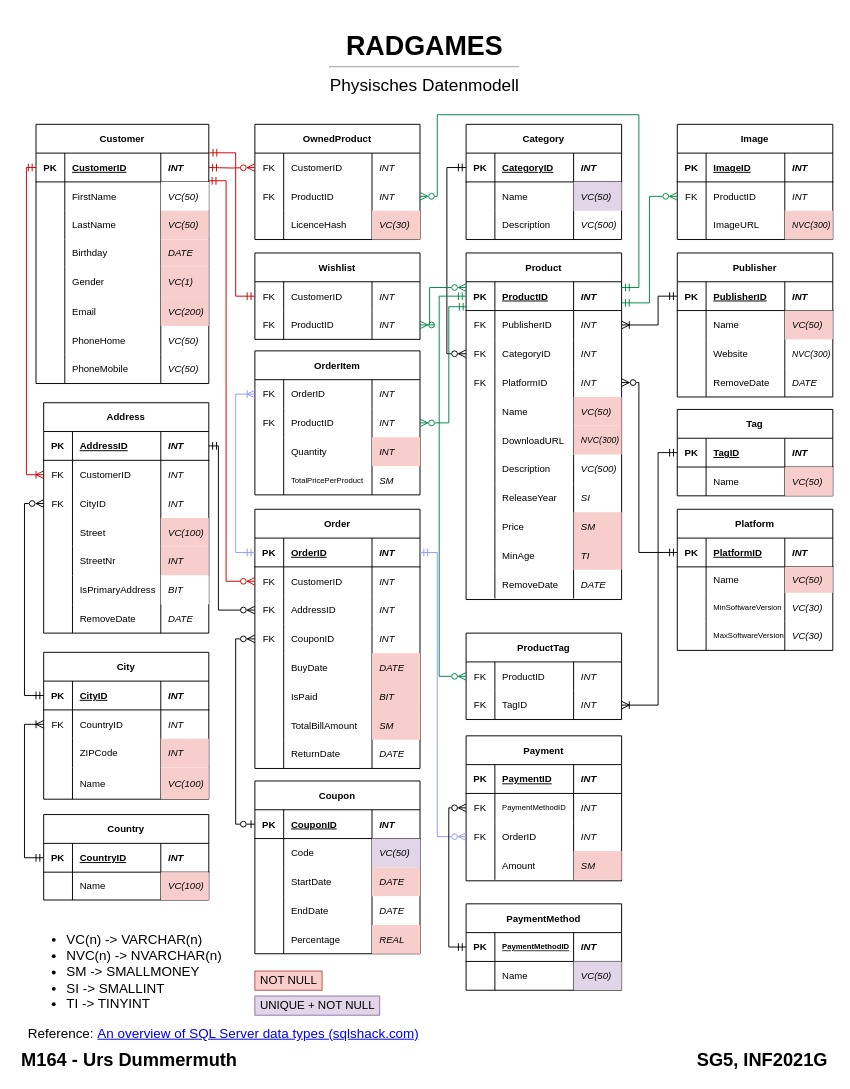
This is page "Physisch" (3 of 3) of Konzepte/Datenmodell.drawio from TD99/gibb-m164, a draw.io file, before an edit. Source tidied: cells renumbered, new cells numbered last; positions are measured from the earlier drawing's top-left corner, leaving out a move shared by most shapes. Both pictures are drawn from the tidied source at 96%, with x=0, y=0 at pixel (16, 26).
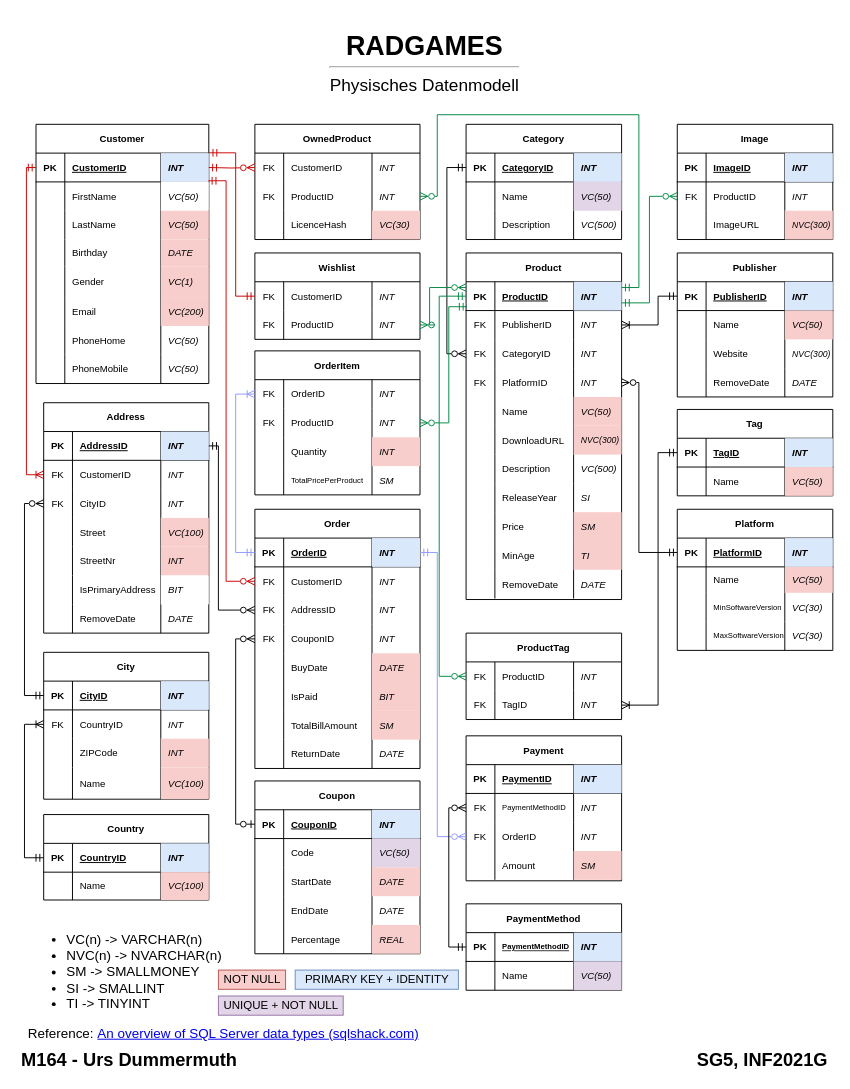
Above is the later version.

The change refers to these unchanged cells:
```xml
<mxCell id="6" style="shape=tableRow;horizontal=0;startSize=0;swimlaneHead=0;swimlaneBody=0;fillColor=none;points=[[0,0.5],[1,0.5]];portConstraint=eastwest;top=0;left=0;right=0;bottom=1;" parent="5" vertex="1">
  <mxGeometry y="30" width="180" height="30" as="geometry" />
</mxCell>
<mxCell id="40" style="shape=tableRow;horizontal=0;startSize=0;swimlaneHead=0;swimlaneBody=0;fillColor=none;points=[[0,0.5],[1,0.5]];portConstraint=eastwest;top=0;left=0;right=0;bottom=1;fontSize=10;" parent="39" vertex="1">
  <mxGeometry y="30" width="172" height="30" as="geometry" />
</mxCell>
<mxCell id="70" style="shape=tableRow;horizontal=0;startSize=0;swimlaneHead=0;swimlaneBody=0;fillColor=none;points=[[0,0.5],[1,0.5]];portConstraint=eastwest;top=0;left=0;right=0;bottom=1;fontSize=10;" parent="69" vertex="1">
  <mxGeometry y="30" width="172" height="30" as="geometry" />
</mxCell>
<mxCell id="120" style="shape=tableRow;horizontal=0;startSize=0;swimlaneHead=0;swimlaneBody=0;fillColor=none;points=[[0,0.5],[1,0.5]];portConstraint=eastwest;top=0;left=0;right=0;bottom=1;fontSize=10;" parent="119" vertex="1">
  <mxGeometry y="30" width="172" height="30" as="geometry" />
</mxCell>
<mxCell id="156" style="shape=tableRow;horizontal=0;startSize=0;swimlaneHead=0;swimlaneBody=0;fillColor=none;points=[[0,0.5],[1,0.5]];portConstraint=eastwest;top=0;left=0;right=0;bottom=1;fontSize=10;" parent="155" vertex="1">
  <mxGeometry y="30" width="172" height="30" as="geometry" />
</mxCell>
<mxCell id="178" style="shape=tableRow;horizontal=0;startSize=0;swimlaneHead=0;swimlaneBody=0;fillColor=none;points=[[0,0.5],[1,0.5]];portConstraint=eastwest;top=0;left=0;right=0;bottom=1;fontSize=10;" parent="177" vertex="1">
  <mxGeometry y="30" width="162" height="30" as="geometry" />
</mxCell>
<mxCell id="191" style="shape=tableRow;horizontal=0;startSize=0;swimlaneHead=0;swimlaneBody=0;fillColor=none;points=[[0,0.5],[1,0.5]];portConstraint=eastwest;top=0;left=0;right=0;bottom=1;fontSize=10;" parent="190" vertex="1">
  <mxGeometry y="30" width="162" height="30" as="geometry" />
</mxCell>
<mxCell id="247" style="shape=tableRow;horizontal=0;startSize=0;swimlaneHead=0;swimlaneBody=0;fillColor=none;points=[[0,0.5],[1,0.5]];portConstraint=eastwest;top=0;left=0;right=0;bottom=1;fontSize=10;" parent="246" vertex="1">
  <mxGeometry y="30" width="172" height="30" as="geometry" />
</mxCell>
<mxCell id="265" style="shape=tableRow;horizontal=0;startSize=0;swimlaneHead=0;swimlaneBody=0;fillColor=none;top=0;left=0;right=0;bottom=1;fontSize=10;" parent="264" vertex="1">
  <mxGeometry y="30" width="162" height="30" as="geometry" />
</mxCell>
<mxCell id="282" style="shape=tableRow;horizontal=0;startSize=0;swimlaneHead=0;swimlaneBody=0;fillColor=none;points=[[0,0.5],[1,0.5]];portConstraint=eastwest;top=0;left=0;right=0;bottom=1;fontSize=10;" parent="281" vertex="1">
  <mxGeometry y="30" width="162" height="30" as="geometry" />
</mxCell>
<mxCell id="296" style="shape=tableRow;horizontal=0;startSize=0;swimlaneHead=0;swimlaneBody=0;fillColor=none;top=0;left=0;right=0;bottom=1;fontSize=10;" parent="295" vertex="1">
  <mxGeometry y="30" width="162" height="30" as="geometry" />
</mxCell>
<mxCell id="310" style="shape=tableRow;horizontal=0;startSize=0;swimlaneHead=0;swimlaneBody=0;fillColor=none;points=[[0,0.5],[1,0.5]];portConstraint=eastwest;top=0;left=0;right=0;bottom=1;fontSize=10;" parent="309" vertex="1">
  <mxGeometry y="30" width="162" height="30" as="geometry" />
</mxCell>
<mxCell id="328" style="shape=tableRow;horizontal=0;startSize=0;swimlaneHead=0;swimlaneBody=0;fillColor=none;points=[[0,0.5],[1,0.5]];portConstraint=eastwest;top=0;left=0;right=0;bottom=1;fontSize=10;" parent="327" vertex="1">
  <mxGeometry y="30" width="162" height="30" as="geometry" />
</mxCell>
<mxCell id="337" style="shape=tableRow;horizontal=0;startSize=0;swimlaneHead=0;swimlaneBody=0;fillColor=none;points=[[0,0.5],[1,0.5]];portConstraint=eastwest;top=0;left=0;right=0;bottom=1;fontSize=10;" parent="336" vertex="1">
  <mxGeometry y="30" width="162" height="30" as="geometry" />
</mxCell>
```

Change to the diagram source:
```diff
@@
-    <mxCell id="9" value="INT" style="shape=partialRectangle;fillColor=none;top=0;left=0;bottom=0;right=0;align=left;spacingLeft=6;fontStyle=3;overflow=hidden;fontSize=10;spacing=2;" parent="6" vertex="1">
+    <mxCell id="9" value="INT" style="shape=partialRectangle;fillColor=#dae8fc;top=0;left=0;bottom=0;right=0;align=left;spacingLeft=6;fontStyle=3;overflow=hidden;fontSize=10;spacing=2;strokeColor=#6c8ebf;" parent="6" vertex="1">
       <mxGeometry x="130" width="50" height="30" as="geometry" />
     </mxCell>
@@
-    <mxCell id="43" value="INT" style="shape=partialRectangle;fillColor=none;top=0;left=0;bottom=0;right=0;align=left;spacingLeft=6;fontStyle=3;overflow=hidden;fontSize=10;" parent="40" vertex="1">
+    <mxCell id="43" value="INT" style="shape=partialRectangle;fillColor=#dae8fc;top=0;left=0;bottom=0;right=0;align=left;spacingLeft=6;fontStyle=3;overflow=hidden;fontSize=10;strokeColor=#6c8ebf;" parent="40" vertex="1">
       <mxGeometry x="122" width="50" height="30" as="geometry" />
     </mxCell>
@@
-    <mxCell id="73" value="INT" style="shape=partialRectangle;fillColor=none;top=0;left=0;bottom=0;right=0;align=left;spacingLeft=6;fontStyle=3;overflow=hidden;fontSize=10;" parent="70" vertex="1">
+    <mxCell id="73" value="INT" style="shape=partialRectangle;fillColor=#dae8fc;top=0;left=0;bottom=0;right=0;align=left;spacingLeft=6;fontStyle=3;overflow=hidden;fontSize=10;strokeColor=#6c8ebf;" parent="70" vertex="1">
       <mxGeometry x="122" width="50" height="30" as="geometry" />
     </mxCell>
@@
-    <mxCell id="123" value="INT" style="shape=partialRectangle;fillColor=none;top=0;left=0;bottom=0;right=0;align=left;spacingLeft=6;fontStyle=3;overflow=hidden;fontSize=10;" parent="120" vertex="1">
+    <mxCell id="123" value="INT" style="shape=partialRectangle;fillColor=#dae8fc;top=0;left=0;bottom=0;right=0;align=left;spacingLeft=6;fontStyle=3;overflow=hidden;fontSize=10;strokeColor=#6c8ebf;" parent="120" vertex="1">
       <mxGeometry x="122" width="50" height="30" as="geometry" />
     </mxCell>
@@
-    <mxCell id="159" value="INT" style="shape=partialRectangle;fillColor=none;top=0;left=0;bottom=0;right=0;align=left;spacingLeft=6;fontStyle=3;overflow=hidden;fontSize=10;" parent="156" vertex="1">
+    <mxCell id="159" value="INT" style="shape=partialRectangle;fillColor=#dae8fc;top=0;left=0;bottom=0;right=0;align=left;spacingLeft=6;fontStyle=3;overflow=hidden;fontSize=10;strokeColor=#6c8ebf;" parent="156" vertex="1">
       <mxGeometry x="122" width="50" height="30" as="geometry" />
     </mxCell>
@@
-    <mxCell id="181" value="INT" style="shape=partialRectangle;fillColor=none;top=0;left=0;bottom=0;right=0;align=left;spacingLeft=6;fontStyle=3;overflow=hidden;fontSize=10;" parent="178" vertex="1">
+    <mxCell id="181" value="INT" style="shape=partialRectangle;fillColor=#dae8fc;top=0;left=0;bottom=0;right=0;align=left;spacingLeft=6;fontStyle=3;overflow=hidden;fontSize=10;strokeColor=#6c8ebf;" parent="178" vertex="1">
       <mxGeometry x="112" width="50" height="30" as="geometry" />
     </mxCell>
@@
-    <mxCell id="194" value="INT" style="shape=partialRectangle;fillColor=none;top=0;left=0;bottom=0;right=0;align=left;spacingLeft=6;fontStyle=3;overflow=hidden;fontSize=10;" parent="191" vertex="1">
+    <mxCell id="194" value="INT" style="shape=partialRectangle;fillColor=#dae8fc;top=0;left=0;bottom=0;right=0;align=left;spacingLeft=6;fontStyle=3;overflow=hidden;fontSize=10;strokeColor=#6c8ebf;" parent="191" vertex="1">
       <mxGeometry x="112" width="50" height="30" as="geometry" />
     </mxCell>
@@
-    <mxCell id="250" value="INT" style="shape=partialRectangle;fillColor=none;top=0;left=0;bottom=0;right=0;align=left;spacingLeft=6;fontStyle=3;overflow=hidden;fontSize=10;" parent="247" vertex="1">
+    <mxCell id="250" value="INT" style="shape=partialRectangle;fillColor=#dae8fc;top=0;left=0;bottom=0;right=0;align=left;spacingLeft=6;fontStyle=3;overflow=hidden;fontSize=10;strokeColor=#6c8ebf;" parent="247" vertex="1">
       <mxGeometry x="122" width="50" height="30" as="geometry" />
     </mxCell>
@@
-    <mxCell id="268" value="INT" style="shape=partialRectangle;fillColor=none;top=0;left=0;bottom=0;right=0;align=left;spacingLeft=6;fontStyle=3;overflow=hidden;fontSize=10;" parent="265" vertex="1">
+    <mxCell id="268" value="INT" style="shape=partialRectangle;fillColor=#dae8fc;top=0;left=0;bottom=0;right=0;align=left;spacingLeft=6;fontStyle=3;overflow=hidden;fontSize=10;strokeColor=#6c8ebf;" parent="265" vertex="1">
       <mxGeometry x="112" width="50" height="30" as="geometry" />
     </mxCell>
@@
-    <mxCell id="285" value="INT" style="shape=partialRectangle;fillColor=none;top=0;left=0;bottom=0;right=0;align=left;spacingLeft=6;fontStyle=3;overflow=hidden;fontSize=10;" parent="282" vertex="1">
+    <mxCell id="285" value="INT" style="shape=partialRectangle;fillColor=#dae8fc;top=0;left=0;bottom=0;right=0;align=left;spacingLeft=6;fontStyle=3;overflow=hidden;fontSize=10;strokeColor=#6c8ebf;" parent="282" vertex="1">
       <mxGeometry x="112" width="50" height="30" as="geometry" />
     </mxCell>
@@
-    <mxCell id="299" value="INT" style="shape=partialRectangle;fillColor=none;top=0;left=0;bottom=0;right=0;align=left;spacingLeft=6;fontStyle=3;overflow=hidden;fontSize=10;" parent="296" vertex="1">
+    <mxCell id="299" value="INT" style="shape=partialRectangle;fillColor=#dae8fc;top=0;left=0;bottom=0;right=0;align=left;spacingLeft=6;fontStyle=3;overflow=hidden;fontSize=10;strokeColor=#6c8ebf;" parent="296" vertex="1">
       <mxGeometry x="112" width="50" height="30" as="geometry" />
     </mxCell>
@@
-    <mxCell id="313" value="INT" style="shape=partialRectangle;fillColor=none;top=0;left=0;bottom=0;right=0;align=left;spacingLeft=6;fontStyle=3;overflow=hidden;fontSize=10;" parent="310" vertex="1">
+    <mxCell id="313" value="INT" style="shape=partialRectangle;fillColor=#dae8fc;top=0;left=0;bottom=0;right=0;align=left;spacingLeft=6;fontStyle=3;overflow=hidden;fontSize=10;strokeColor=#6c8ebf;" parent="310" vertex="1">
       <mxGeometry x="112" width="50" height="30" as="geometry" />
     </mxCell>
@@
-    <mxCell id="331" value="INT" style="shape=partialRectangle;fillColor=none;top=0;left=0;bottom=0;right=0;align=left;spacingLeft=6;fontStyle=3;overflow=hidden;fontSize=10;" parent="328" vertex="1">
+    <mxCell id="331" value="INT" style="shape=partialRectangle;fillColor=#dae8fc;top=0;left=0;bottom=0;right=0;align=left;spacingLeft=6;fontStyle=3;overflow=hidden;fontSize=10;strokeColor=#6c8ebf;" parent="328" vertex="1">
       <mxGeometry x="112" width="50" height="30" as="geometry" />
     </mxCell>
@@
-    <mxCell id="340" value="INT" style="shape=partialRectangle;fillColor=none;top=0;left=0;bottom=0;right=0;align=left;spacingLeft=6;fontStyle=3;overflow=hidden;fontSize=10;" parent="337" vertex="1">
+    <mxCell id="340" value="INT" style="shape=partialRectangle;fillColor=#dae8fc;top=0;left=0;bottom=0;right=0;align=left;spacingLeft=6;fontStyle=3;overflow=hidden;fontSize=10;strokeColor=#6c8ebf;" parent="337" vertex="1">
       <mxGeometry x="112" width="50" height="30" as="geometry" />
     </mxCell>
@@
     <mxCell id="356" value="NOT NULL" style="text;html=1;align=center;verticalAlign=middle;strokeColor=#b85450;fillColor=#f8cecc;" parent="1" vertex="1">
-      <mxGeometry x="248" y="984" width="70" height="20" as="geometry" />
+      <mxGeometry x="210" y="983" width="70" height="20" as="geometry" />
     </mxCell>
     <mxCell id="357" value="UNIQUE + NOT NULL" style="text;html=1;align=center;verticalAlign=middle;strokeColor=#9673a6;fillColor=#e1d5e7;" parent="1" vertex="1">
-      <mxGeometry x="248" y="1010" width="130" height="20" as="geometry" />
+      <mxGeometry x="210" y="1010" width="130" height="20" as="geometry" />
     </mxCell>
+    <mxCell id="358" value="PRIMARY KEY + IDENTITY" style="text;html=1;align=center;verticalAlign=middle;strokeColor=#6c8ebf;fillColor=#dae8fc;" parent="1" vertex="1">
+      <mxGeometry x="290" y="983" width="170" height="20" as="geometry" />
+    </mxCell>
```
